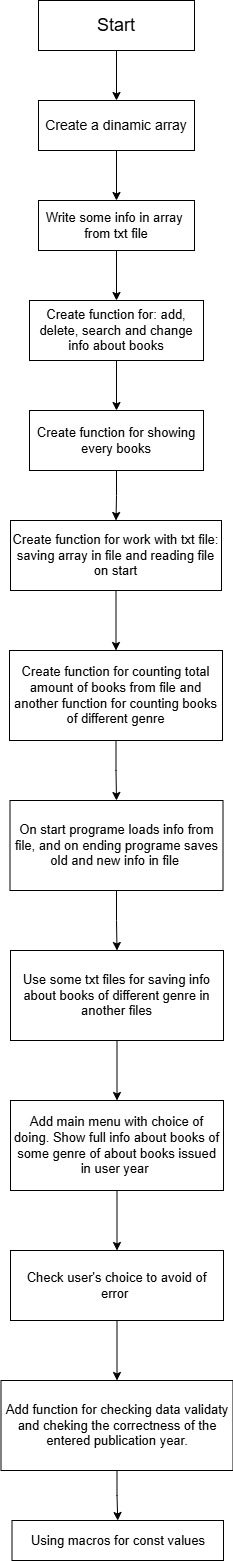
Above: Диаграмма без названия.drawio.png in Ra4ella/SuperTaskFromKutsenko (draw.io), before the change. Source tidied: cells renumbered, new cells last; positions are measured from the earlier drawing's top-left corner, leaving out a move shared by most shapes.
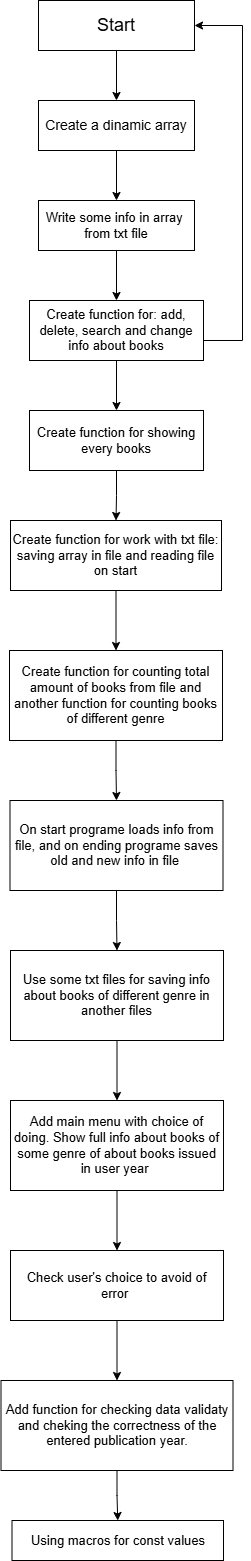
The same file after the commit.

What changed in the source:
```diff
@@ -23,6 +23,14 @@
     <mxCell id="8" style="edgeStyle=orthogonalEdgeStyle;rounded=0;jettySize=auto;html=1;entryX=0.5;entryY=0;entryDx=0;entryDy=0;" parent="1" edge="1" source="9" target="11">
       <mxGeometry relative="1" as="geometry" />
     </mxCell>
+    <mxCell id="27" style="edgeStyle=orthogonalEdgeStyle;rounded=0;jettySize=auto;html=1;entryX=1;entryY=0.5;entryDx=0;entryDy=0;" parent="1" edge="1" source="9" target="3">
+      <mxGeometry relative="1" as="geometry">
+        <Array as="points">
+          <mxPoint x="242" y="340" />
+          <mxPoint x="242" y="25" />
+        </Array>
+      </mxGeometry>
+    </mxCell>
     <mxCell id="9" value="&lt;span style=&quot;font-size: 13px;&quot;&gt;Create function for: add, delete, search and change info about books&lt;/span&gt;" style="rounded=0;whiteSpace=wrap;html=1;" parent="1" vertex="1">
       <mxGeometry x="29" y="300" width="174" height="60" as="geometry" />
     </mxCell>
```
